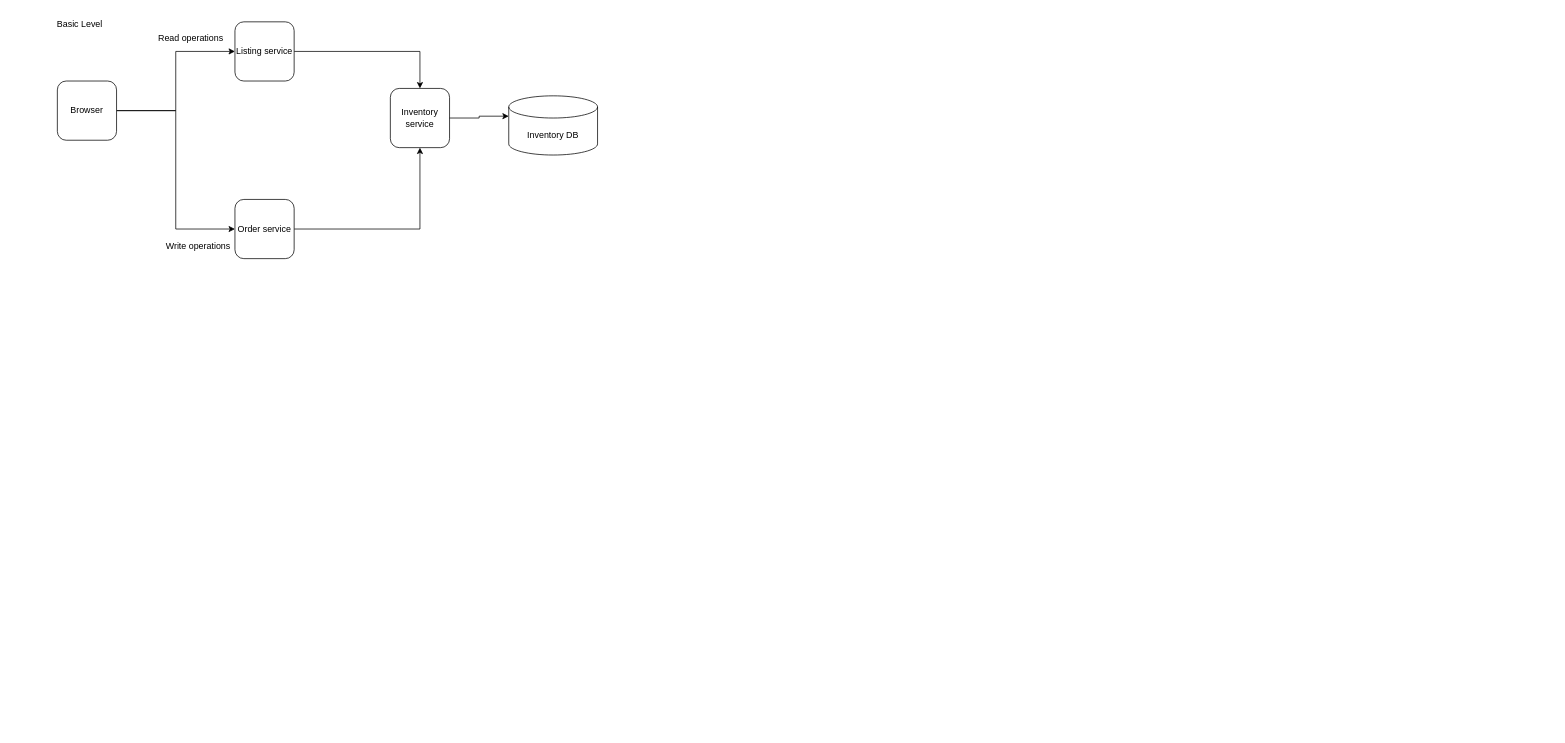
Earlier version of the draw.io diagram inventorymanagement/InventoryManagement.drawio (vemarajusaikrishna/hld). Source tidied: cells renumbered, new cells numbered last; positions are measured from the earlier drawing's top-left corner, leaving out a move shared by most shapes. Both pictures are drawn from the tidied source at 74%, with x=0, y=0 at pixel (50, 13).
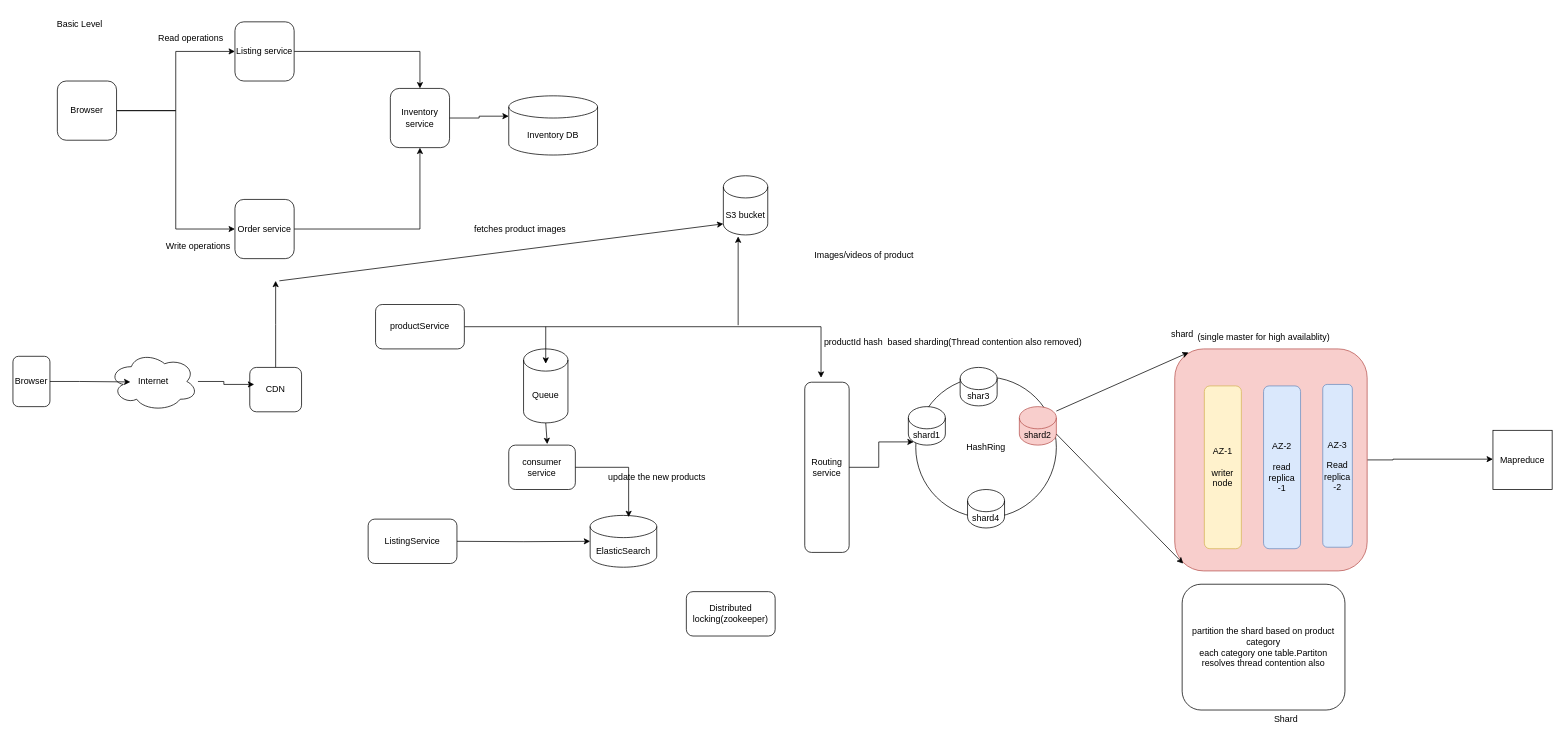
The same diagram, later.

Change to the diagram source:
```diff
@@
+    <mxCell id="15" style="edgeStyle=orthogonalEdgeStyle;rounded=0;jettySize=auto;html=1;" parent="1" edge="1" target="17">
+      <mxGeometry relative="1" as="geometry">
+        <mxPoint x="550" y="714" as="sourcePoint" />
+      </mxGeometry>
+    </mxCell>
+    <mxCell id="16" value="ListingService" style="rounded=1;whiteSpace=wrap;html=1;" parent="1" vertex="1">
+      <mxGeometry x="430" y="684" width="120" height="60" as="geometry" />
+    </mxCell>
+    <mxCell id="17" value="ElasticSearch" style="shape=cylinder3;whiteSpace=wrap;html=1;boundedLbl=1;backgroundOutline=1;size=15;" parent="1" vertex="1">
+      <mxGeometry x="730" y="679" width="90" height="70" as="geometry" />
+    </mxCell>
+    <mxCell id="18" style="edgeStyle=orthogonalEdgeStyle;rounded=0;jettySize=auto;html=1;entryX=0.367;entryY=-0.026;entryDx=0;entryDy=0;entryPerimeter=0;" parent="1" edge="1" source="19" target="43">
+      <mxGeometry relative="1" as="geometry" />
+    </mxCell>
+    <mxCell id="19" value="productService" style="rounded=1;whiteSpace=wrap;html=1;" parent="1" vertex="1">
+      <mxGeometry x="440" y="394" width="120" height="60" as="geometry" />
+    </mxCell>
+    <mxCell id="20" value="S3 bucket" style="shape=cylinder3;whiteSpace=wrap;html=1;boundedLbl=1;backgroundOutline=1;size=15;" parent="1" vertex="1">
+      <mxGeometry x="910" y="220" width="60" height="80" as="geometry" />
+    </mxCell>
+    <mxCell id="21" value="Images/videos of product" style="text;html=1;align=center;verticalAlign=middle;strokeColor=none;fillColor=none;" parent="1" vertex="1">
+      <mxGeometry x="1020" y="312" width="160" height="30" as="geometry" />
+    </mxCell>
+    <mxCell id="22" value="Queue" style="shape=cylinder3;whiteSpace=wrap;html=1;boundedLbl=1;backgroundOutline=1;size=15;" parent="1" vertex="1">
+      <mxGeometry x="640" y="454" width="60" height="100" as="geometry" />
+    </mxCell>
+    <mxCell id="23" value="consumer service" style="rounded=1;whiteSpace=wrap;html=1;" parent="1" vertex="1">
+      <mxGeometry x="620" y="584" width="90" height="60" as="geometry" />
+    </mxCell>
+    <mxCell id="24" style="endArrow=classic;html=1;rounded=0;" parent="1" edge="1">
+      <mxGeometry relative="1" as="geometry">
+        <mxPoint x="670" y="424" as="sourcePoint" />
+        <mxPoint x="670" y="474" as="targetPoint" />
+      </mxGeometry>
+    </mxCell>
+    <mxCell id="25" style="endArrow=classic;html=1;rounded=0;exitX=0.5;exitY=1;exitDx=0;exitDy=0;exitPerimeter=0;entryX=0.578;entryY=-0.022;entryDx=0;entryDy=0;entryPerimeter=0;" parent="1" edge="1" source="22" target="23">
+      <mxGeometry relative="1" as="geometry" />
+    </mxCell>
+    <mxCell id="26" style="edgeStyle=orthogonalEdgeStyle;rounded=0;jettySize=auto;html=1;entryX=0.578;entryY=0.033;entryDx=0;entryDy=0;entryPerimeter=0;" parent="1" edge="1" source="23" target="17">
+      <mxGeometry relative="1" as="geometry" />
+    </mxCell>
+    <mxCell id="27" value="update the new products" style="text;html=1;align=center;verticalAlign=middle;strokeColor=none;fillColor=none;" parent="1" vertex="1">
+      <mxGeometry x="745" y="612" width="150" height="30" as="geometry" />
+    </mxCell>
+    <mxCell id="28" style="edgeStyle=orthogonalEdgeStyle;rounded=0;jettySize=auto;html=1;" parent="1" edge="1" source="29">
+      <mxGeometry relative="1" as="geometry">
+        <mxPoint x="305" y="362" as="targetPoint" />
+      </mxGeometry>
+    </mxCell>
+    <mxCell id="29" value="CDN" style="rounded=1;whiteSpace=wrap;html=1;" parent="1" vertex="1">
+      <mxGeometry x="270" y="479" width="70" height="60" as="geometry" />
+    </mxCell>
+    <mxCell id="30" value="Browser" style="rounded=1;whiteSpace=wrap;html=1;" parent="1" vertex="1">
+      <mxGeometry x="-50" y="464" width="50" height="68" as="geometry" />
+    </mxCell>
+    <mxCell id="31" value="Internet" style="ellipse;shape=cloud;whiteSpace=wrap;html=1;" parent="1" vertex="1">
+      <mxGeometry x="80" y="458" width="120" height="80" as="geometry" />
+    </mxCell>
+    <mxCell id="32" style="edgeStyle=orthogonalEdgeStyle;rounded=0;jettySize=auto;html=1;entryX=0.239;entryY=0.508;entryDx=0;entryDy=0;entryPerimeter=0;" parent="1" edge="1" source="30" target="31">
+      <mxGeometry relative="1" as="geometry" />
+    </mxCell>
+    <mxCell id="33" style="edgeStyle=orthogonalEdgeStyle;rounded=0;jettySize=auto;html=1;entryX=0.086;entryY=0.383;entryDx=0;entryDy=0;entryPerimeter=0;" parent="1" edge="1" source="31" target="29">
+      <mxGeometry relative="1" as="geometry" />
+    </mxCell>
+    <mxCell id="34" style="endArrow=classic;html=1;rounded=0;" parent="1" edge="1">
+      <mxGeometry relative="1" as="geometry">
+        <mxPoint x="930" y="422" as="sourcePoint" />
+        <mxPoint x="930" y="302" as="targetPoint" />
+      </mxGeometry>
+    </mxCell>
+    <mxCell id="35" style="endArrow=classic;html=1;rounded=0;entryX=0;entryY=1;entryDx=0;entryDy=-15;entryPerimeter=0;" parent="1" edge="1" target="20">
+      <mxGeometry relative="1" as="geometry">
+        <mxPoint x="310" y="362" as="sourcePoint" />
+      </mxGeometry>
+    </mxCell>
+    <mxCell id="36" value="fetches product images" style="text;html=1;align=center;verticalAlign=middle;strokeColor=none;fillColor=none;" parent="1" vertex="1">
+      <mxGeometry x="560" y="277" width="150" height="30" as="geometry" />
+    </mxCell>
+    <mxCell id="37" value="HashRing" style="ellipse;whiteSpace=wrap;html=1;" parent="1" vertex="1">
+      <mxGeometry x="1170" y="492" width="190" height="190" as="geometry" />
+    </mxCell>
+    <mxCell id="38" value="shard1" style="shape=cylinder3;whiteSpace=wrap;html=1;boundedLbl=1;backgroundOutline=1;size=15;" parent="1" vertex="1">
+      <mxGeometry x="1160" y="532" width="50" height="52" as="geometry" />
+    </mxCell>
+    <mxCell id="39" value="shard4" style="shape=cylinder3;whiteSpace=wrap;html=1;boundedLbl=1;backgroundOutline=1;size=15;" parent="1" vertex="1">
+      <mxGeometry x="1240" y="644" width="50" height="52" as="geometry" />
+    </mxCell>
+    <mxCell id="40" value="shard2" style="shape=cylinder3;whiteSpace=wrap;html=1;boundedLbl=1;backgroundOutline=1;size=15;fillColor=#f8cecc;strokeColor=#b85450;" parent="1" vertex="1">
+      <mxGeometry x="1310" y="532" width="50" height="52" as="geometry" />
+    </mxCell>
+    <mxCell id="41" value="shar3" style="shape=cylinder3;whiteSpace=wrap;html=1;boundedLbl=1;backgroundOutline=1;size=15;" parent="1" vertex="1">
+      <mxGeometry x="1230" y="479" width="50" height="52" as="geometry" />
+    </mxCell>
+    <mxCell id="42" value="productId hash&amp;nbsp; based sharding(Thread contention also removed)" style="text;html=1;align=center;verticalAlign=middle;strokeColor=none;fillColor=none;" parent="1" vertex="1">
+      <mxGeometry x="1035" y="430" width="370" height="30" as="geometry" />
+    </mxCell>
+    <mxCell id="43" value="Routing service" style="rounded=1;whiteSpace=wrap;html=1;" parent="1" vertex="1">
+      <mxGeometry x="1020" y="499" width="60" height="230" as="geometry" />
+    </mxCell>
+    <mxCell id="44" style="edgeStyle=orthogonalEdgeStyle;rounded=0;jettySize=auto;html=1;" parent="1" edge="1" source="45" target="51">
+      <mxGeometry relative="1" as="geometry">
+        <Array as="points">
+          <mxPoint x="1815" y="604" />
+          <mxPoint x="1815" y="603" />
+        </Array>
+      </mxGeometry>
+    </mxCell>
+    <mxCell id="45" style="rounded=1;whiteSpace=wrap;html=1;fillColor=#f8cecc;strokeColor=#b85450;" parent="1" vertex="1">
+      <mxGeometry x="1520" y="454" width="260" height="300" as="geometry" />
+    </mxCell>
+    <mxCell id="46" value="shard" style="text;html=1;align=center;verticalAlign=middle;strokeColor=none;fillColor=none;" parent="1" vertex="1">
+      <mxGeometry x="1505" y="420" width="50" height="30" as="geometry" />
+    </mxCell>
+    <mxCell id="47" value="AZ-1&lt;div&gt;&lt;br&gt;&lt;/div&gt;&lt;div&gt;writer node&lt;/div&gt;" style="rounded=1;whiteSpace=wrap;html=1;fillColor=#fff2cc;strokeColor=#d6b656;" parent="1" vertex="1">
+      <mxGeometry x="1560" y="504" width="50" height="220" as="geometry" />
+    </mxCell>
+    <mxCell id="48" value="AZ-2&lt;div&gt;&lt;br&gt;&lt;/div&gt;&lt;div&gt;read replica -1&lt;/div&gt;" style="rounded=1;whiteSpace=wrap;html=1;fillColor=#dae8fc;strokeColor=#6c8ebf;" parent="1" vertex="1">
+      <mxGeometry x="1640" y="504" width="50" height="220" as="geometry" />
+    </mxCell>
+    <mxCell id="49" value="AZ-3&lt;div&gt;&lt;br&gt;&lt;/div&gt;&lt;div&gt;Read replica -2&lt;/div&gt;" style="rounded=1;whiteSpace=wrap;html=1;fillColor=#dae8fc;strokeColor=#6c8ebf;" parent="1" vertex="1">
+      <mxGeometry x="1720" y="502" width="40" height="220" as="geometry" />
+    </mxCell>
+    <mxCell id="50" value="(single master for high availablity)" style="text;html=1;align=center;verticalAlign=middle;strokeColor=none;fillColor=none;" parent="1" vertex="1">
+      <mxGeometry x="1540" y="424" width="200" height="30" as="geometry" />
+    </mxCell>
+    <mxCell id="51" value="Mapreduce" style="whiteSpace=wrap;html=1;" parent="1" vertex="1">
+      <mxGeometry x="1950" y="564" width="80" height="80" as="geometry" />
+    </mxCell>
+    <mxCell id="52" style="endArrow=classic;html=1;rounded=0;entryX=0.072;entryY=0.016;entryDx=0;entryDy=0;entryPerimeter=0;" parent="1" edge="1" target="45">
+      <mxGeometry relative="1" as="geometry">
+        <mxPoint x="1360" y="538" as="sourcePoint" />
+      </mxGeometry>
+    </mxCell>
+    <mxCell id="53" style="endArrow=classic;html=1;rounded=0;exitX=1;exitY=1;exitDx=0;exitDy=-15;exitPerimeter=0;entryX=0.044;entryY=0.967;entryDx=0;entryDy=0;entryPerimeter=0;" parent="1" edge="1" source="40" target="45">
+      <mxGeometry relative="1" as="geometry" />
+    </mxCell>
+    <mxCell id="54" style="edgeStyle=orthogonalEdgeStyle;rounded=0;jettySize=auto;html=1;entryX=0.145;entryY=1;entryDx=0;entryDy=-4.35;entryPerimeter=0;" parent="1" edge="1" source="43" target="38">
+      <mxGeometry relative="1" as="geometry" />
+    </mxCell>
+    <mxCell id="55" value="Distributed locking(zookeeper)" style="rounded=1;whiteSpace=wrap;html=1;" parent="1" vertex="1">
+      <mxGeometry x="860" y="782" width="120" height="60" as="geometry" />
+    </mxCell>
+    <mxCell id="56" value="partition the shard based on product category&lt;div&gt;each category one table.Partiton resolves thread contention also&lt;/div&gt;" style="rounded=1;whiteSpace=wrap;html=1;" parent="1" vertex="1">
+      <mxGeometry x="1530" y="772" width="220" height="170" as="geometry" />
+    </mxCell>
+    <mxCell id="57" value="Shard" style="text;html=1;align=center;verticalAlign=middle;strokeColor=none;fillColor=none;" parent="1" vertex="1">
+      <mxGeometry x="1640" y="940" width="60" height="30" as="geometry" />
+    </mxCell>
```
